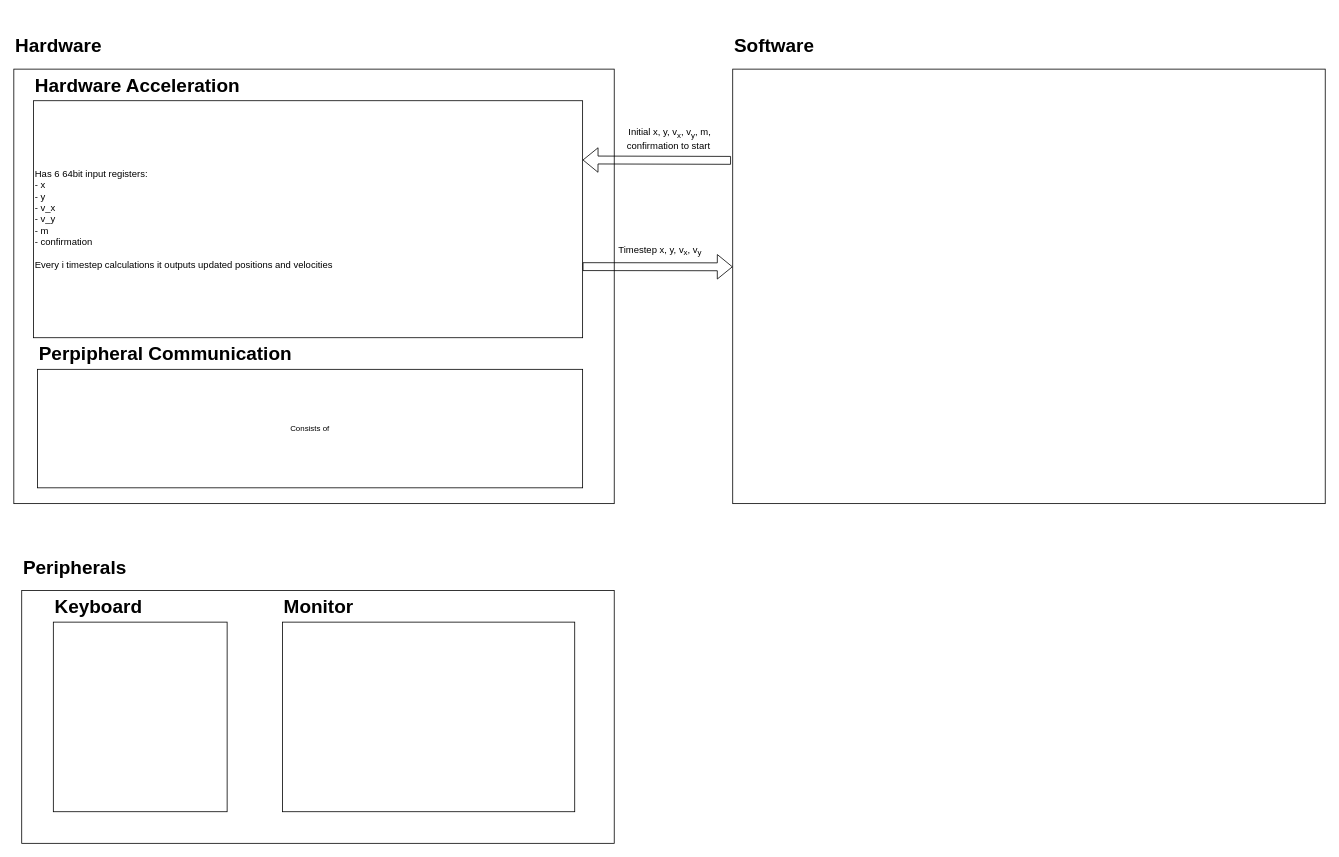
Above: Overview_diagram.drawio in moisesmata/EmbeddedFinalProject (draw.io), before the change. Source tidied: cells renumbered, new cells numbered last; positions are measured from the earlier drawing's top-left corner, leaving out a move shared by most shapes. Both pictures are drawn from the tidied source at 79%, with x=0, y=0 at pixel (13, 29).
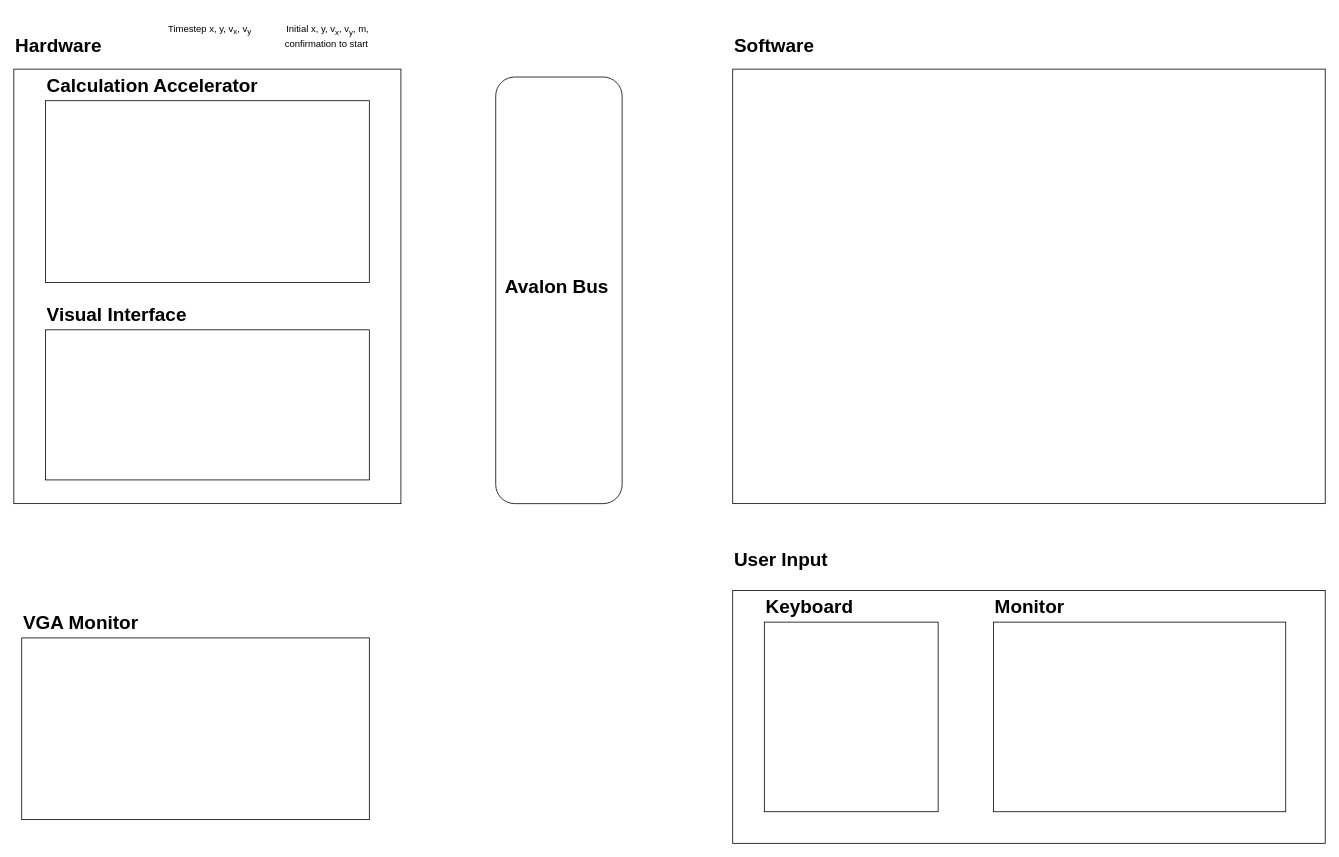
The same diagram, later.

Unchanged cells that the change refers to:
```xml
<mxCell id="3" style="rounded=0;whiteSpace=wrap;html=1;" parent="1" vertex="1">
  <mxGeometry x="910" y="50" width="750" height="550" as="geometry" />
</mxCell>
```

Change to the diagram source:
```diff
@@
     <mxCell id="2" style="rounded=0;whiteSpace=wrap;html=1;" parent="1" vertex="1">
-      <mxGeometry y="50" width="760" height="550" as="geometry" />
+      <mxGeometry y="50" width="490" height="550" as="geometry" />
     </mxCell>
@@
     <mxCell id="6" style="rounded=0;whiteSpace=wrap;html=1;" parent="1" vertex="1">
-      <mxGeometry x="10" y="710" width="750" height="320" as="geometry" />
+      <mxGeometry x="910" y="710" width="750" height="320" as="geometry" />
     </mxCell>
-    <mxCell id="7" value="&lt;h1 style=&quot;margin-top: 0px;&quot;&gt;Peripherals&lt;/h1&gt;" style="text;html=1;whiteSpace=wrap;overflow=hidden;rounded=0;" parent="1" vertex="1">
-      <mxGeometry x="10" y="660" width="160" height="40" as="geometry" />
+    <mxCell id="7" value="&lt;h1 style=&quot;margin-top: 0px;&quot;&gt;User Input&lt;/h1&gt;&lt;div&gt;&lt;br&gt;&lt;/div&gt;" style="text;html=1;whiteSpace=wrap;overflow=hidden;rounded=0;" parent="1" vertex="1">
+      <mxGeometry x="910" y="650" width="160" height="40" as="geometry" />
     </mxCell>
     <mxCell id="8" style="rounded=0;whiteSpace=wrap;html=1;" parent="1" vertex="1">
-      <mxGeometry x="50" y="750" width="220" height="240" as="geometry" />
+      <mxGeometry x="950" y="750" width="220" height="240" as="geometry" />
     </mxCell>
     <mxCell id="9" style="rounded=0;whiteSpace=wrap;html=1;" parent="1" vertex="1">
-      <mxGeometry x="340" y="750" width="370" height="240" as="geometry" />
+      <mxGeometry x="1240" y="750" width="370" height="240" as="geometry" />
     </mxCell>
     <mxCell id="10" value="&lt;h1 style=&quot;margin-top: 0px;&quot;&gt;Keyboard&lt;/h1&gt;&lt;div&gt;&lt;br&gt;&lt;/div&gt;" style="text;html=1;whiteSpace=wrap;overflow=hidden;rounded=0;" parent="1" vertex="1">
-      <mxGeometry x="50" y="710" width="130" height="40" as="geometry" />
+      <mxGeometry x="950" y="710" width="130" height="40" as="geometry" />
     </mxCell>
     <mxCell id="11" value="&lt;h1 style=&quot;margin-top: 0px;&quot;&gt;Monitor&lt;/h1&gt;" style="text;html=1;whiteSpace=wrap;overflow=hidden;rounded=0;" parent="1" vertex="1">
-      <mxGeometry x="340" y="710" width="130" height="40" as="geometry" />
+      <mxGeometry x="1240" y="710" width="130" height="40" as="geometry" />
     </mxCell>
-    <mxCell id="12" value="Has 6 64bit input registers:&lt;div&gt;- x&lt;/div&gt;&lt;div&gt;- y&lt;/div&gt;&lt;div&gt;- v_x&lt;/div&gt;&lt;div&gt;- v_y&lt;/div&gt;&lt;div&gt;- m&lt;/div&gt;&lt;div style=&quot;&quot;&gt;- confirmation&lt;/div&gt;&lt;div style=&quot;&quot;&gt;&lt;br&gt;&lt;/div&gt;&lt;div style=&quot;&quot;&gt;Every i timestep calculations it outputs updated positions and velocities&lt;/div&gt;" style="rounded=0;whiteSpace=wrap;html=1;align=left;" parent="1" vertex="1">
-      <mxGeometry x="25" y="90" width="695" height="300" as="geometry" />
-    </mxCell>
-    <mxCell id="13" value="&lt;font size=&quot;1&quot;&gt;Consists of&lt;/font&gt;" style="rounded=0;whiteSpace=wrap;html=1;" parent="1" vertex="1">
-      <mxGeometry x="30" y="430" width="690" height="150" as="geometry" />
-    </mxCell>
-    <mxCell id="14" value="&lt;h1 style=&quot;margin-top: 0px;&quot;&gt;Hardware Acceleration&lt;/h1&gt;&lt;div&gt;&lt;br&gt;&lt;/div&gt;" style="text;html=1;whiteSpace=wrap;overflow=hidden;rounded=0;" parent="1" vertex="1">
-      <mxGeometry x="25" y="50" width="275" height="40" as="geometry" />
-    </mxCell>
-    <mxCell id="15" value="&lt;h1 style=&quot;margin-top: 0px;&quot;&gt;Perpipheral Communication&lt;/h1&gt;" style="text;html=1;whiteSpace=wrap;overflow=hidden;rounded=0;" parent="1" vertex="1">
-      <mxGeometry x="30" y="390" width="350" height="40" as="geometry" />
-    </mxCell>
-    <mxCell id="16" style="shape=flexArrow;endArrow=classic;html=1;rounded=0;entryX=1;entryY=0.25;entryDx=0;entryDy=0;exitX=-0.003;exitY=0.21;exitDx=0;exitDy=0;exitPerimeter=0;strokeWidth=1;" parent="1" edge="1" source="3" target="12">
-      <mxGeometry relative="1" as="geometry" />
-    </mxCell>
     <mxCell id="17" value="Initial x, y, v&lt;sub&gt;x&lt;/sub&gt;, v&lt;sub&gt;y&lt;/sub&gt;, m, confirmation to start&lt;sub&gt;&amp;nbsp;&lt;/sub&gt;" style="text;html=1;align=center;verticalAlign=middle;whiteSpace=wrap;rounded=0;" parent="1" vertex="1">
-      <mxGeometry x="763" y="110" width="135" height="60" as="geometry" />
+      <mxGeometry x="330" y="-20" width="135" height="60" as="geometry" />
     </mxCell>
-    <mxCell id="18" style="shape=flexArrow;endArrow=classic;html=1;rounded=0;entryX=0;entryY=0.455;entryDx=0;entryDy=0;entryPerimeter=0;" parent="1" edge="1" target="3">
-      <mxGeometry relative="1" as="geometry">
-        <mxPoint x="720" y="300" as="sourcePoint" />
-      </mxGeometry>
-    </mxCell>
     <mxCell id="19" value="&lt;span style=&quot;text-wrap-mode: nowrap;&quot;&gt;Timestep&amp;nbsp;&lt;/span&gt;x, y, v&lt;sub&gt;x&lt;/sub&gt;, v&lt;sub&gt;y&lt;/sub&gt;&lt;span style=&quot;text-wrap-mode: nowrap;&quot;&gt;&amp;nbsp;&lt;/span&gt;" style="text;html=1;align=center;verticalAlign=middle;whiteSpace=wrap;rounded=0;" parent="1" vertex="1">
-      <mxGeometry x="710" y="240" width="220" height="80" as="geometry" />
+      <mxGeometry x="190" y="-10" width="120" height="20" as="geometry" />
     </mxCell>
+    <mxCell id="20" style="rounded=1;whiteSpace=wrap;html=1;" parent="1" vertex="1">
+      <mxGeometry x="610" y="60" width="160" height="540" as="geometry" />
+    </mxCell>
+    <mxCell id="21" value="&lt;h1 style=&quot;margin-top: 0px;&quot;&gt;Avalon Bus&lt;/h1&gt;" style="text;html=1;whiteSpace=wrap;overflow=hidden;rounded=0;" parent="1" vertex="1">
+      <mxGeometry x="620" y="305" width="150" height="40" as="geometry" />
+    </mxCell>
+    <mxCell id="22" style="rounded=0;whiteSpace=wrap;html=1;" parent="1" vertex="1">
+      <mxGeometry x="40" y="90" width="410" height="230" as="geometry" />
+    </mxCell>
+    <mxCell id="23" style="rounded=0;whiteSpace=wrap;html=1;" parent="1" vertex="1">
+      <mxGeometry x="40" y="380" width="410" height="190" as="geometry" />
+    </mxCell>
+    <mxCell id="24" value="&lt;h1 style=&quot;margin-top: 0px;&quot;&gt;Calculation Accelerator&lt;/h1&gt;" style="text;html=1;whiteSpace=wrap;overflow=hidden;rounded=0;" parent="1" vertex="1">
+      <mxGeometry x="40" y="50" width="310" height="30" as="geometry" />
+    </mxCell>
+    <mxCell id="25" value="&lt;h1 style=&quot;margin-top: 0px;&quot;&gt;Visual Interface&lt;/h1&gt;" style="text;html=1;whiteSpace=wrap;overflow=hidden;rounded=0;" parent="1" vertex="1">
+      <mxGeometry x="40" y="340" width="310" height="30" as="geometry" />
+    </mxCell>
+    <mxCell id="26" style="rounded=0;whiteSpace=wrap;html=1;" parent="1" vertex="1">
+      <mxGeometry x="10" y="770" width="440" height="230" as="geometry" />
+    </mxCell>
+    <mxCell id="27" value="&lt;h1 style=&quot;margin-top: 0px;&quot;&gt;VGA Monitor&lt;/h1&gt;&lt;div&gt;&lt;br&gt;&lt;/div&gt;" style="text;html=1;whiteSpace=wrap;overflow=hidden;rounded=0;" parent="1" vertex="1">
+      <mxGeometry x="10" y="730" width="150" height="30" as="geometry" />
+    </mxCell>
```
